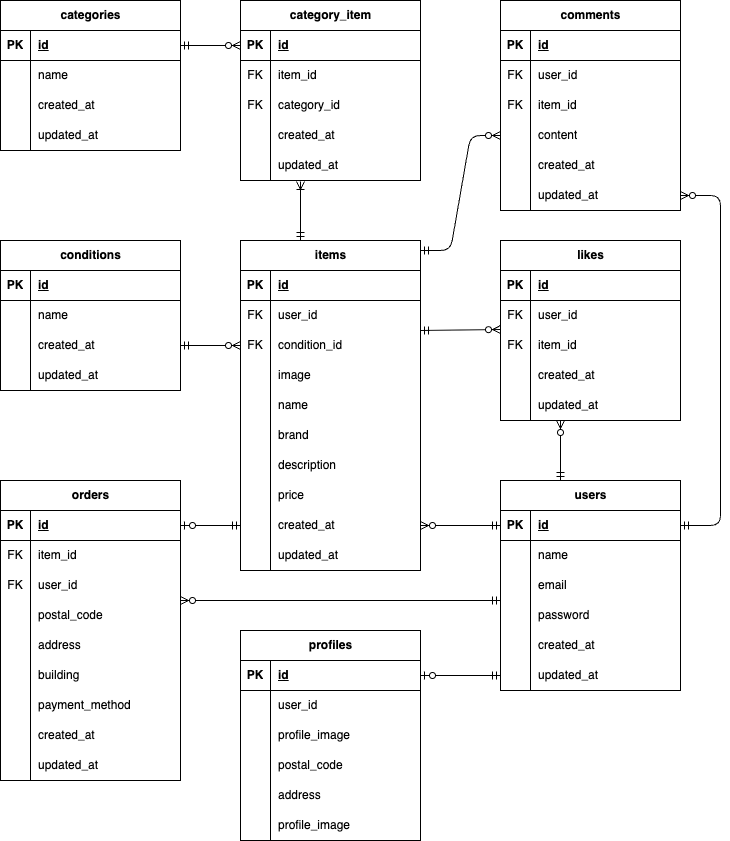
Earlier version of the draw.io export docs/er.drawio.png (YumiOotake/coachtech-flea-market-test). Source tidied: cells renumbered, new cells last; positions are measured from the earlier drawing's top-left corner, leaving out a move shared by most shapes.
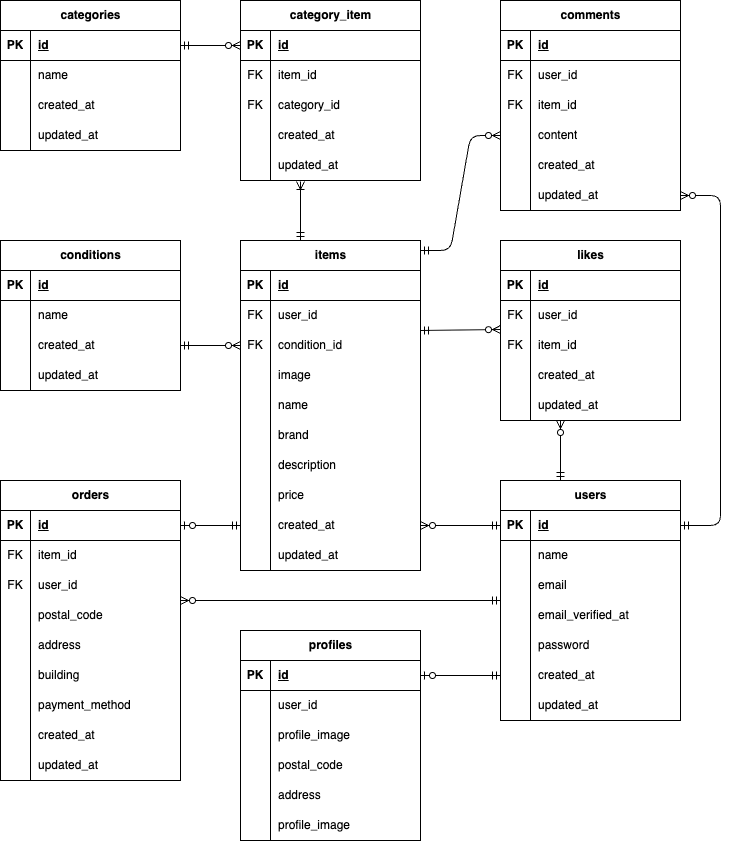
After the change.

The edit, as a diff of the source:
```diff
@@ -138,7 +138,7 @@
       <mxGeometry x="30" width="150" height="30" as="geometry" />
     </mxCell>
     <mxCell id="47" value="users" style="shape=table;startSize=30;rowLines=0;fontStyle=1;align=center;html=1;" parent="1" vertex="1">
-      <mxGeometry x="500" y="480" width="180" height="210" as="geometry" />
+      <mxGeometry x="500" y="480" width="180" height="240" as="geometry" />
     </mxCell>
     <mxCell id="48" style="shape=tableRow;horizontal=0;startSize=0;swimlaneHead=0;swimlaneBody=0;fillColor=none;points=[[0,0.5],[1,0.5]];portConstraint=eastwest;top=0;left=0;right=0;bottom=1;" parent="47" vertex="1">
       <mxGeometry y="30" width="180" height="30" as="geometry" />
@@ -167,8 +167,17 @@
     <mxCell id="56" value="email" style="shape=partialRectangle;fillColor=none;top=0;left=0;bottom=0;right=0;align=left;spacingLeft=6;overflow=hidden;whiteSpace=wrap;html=1;" parent="54" vertex="1">
       <mxGeometry x="30" width="150" height="30" as="geometry" />
     </mxCell>
+    <mxCell id="187" style="shape=tableRow;horizontal=0;startSize=0;swimlaneHead=0;swimlaneBody=0;fillColor=none;top=0;left=0;right=0;bottom=0;" parent="47" vertex="1">
+      <mxGeometry y="120" width="180" height="30" as="geometry" />
+    </mxCell>
+    <mxCell id="188" style="shape=partialRectangle;fillColor=none;top=0;left=0;bottom=0;right=0;overflow=hidden;whiteSpace=wrap;html=1;" parent="187" vertex="1">
+      <mxGeometry width="30" height="30" as="geometry" />
+    </mxCell>
+    <mxCell id="189" value="email_verified_at" style="shape=partialRectangle;fillColor=none;top=0;left=0;bottom=0;right=0;align=left;spacingLeft=6;overflow=hidden;whiteSpace=wrap;html=1;" parent="187" vertex="1">
+      <mxGeometry x="30" width="150" height="30" as="geometry" />
+    </mxCell>
     <mxCell id="57" style="shape=tableRow;horizontal=0;startSize=0;swimlaneHead=0;swimlaneBody=0;fillColor=none;top=0;left=0;right=0;bottom=0;" parent="47" vertex="1">
-      <mxGeometry y="120" width="180" height="30" as="geometry" />
+      <mxGeometry y="150" width="180" height="30" as="geometry" />
     </mxCell>
     <mxCell id="58" style="shape=partialRectangle;fillColor=none;top=0;left=0;bottom=0;right=0;overflow=hidden;whiteSpace=wrap;html=1;" parent="57" vertex="1">
       <mxGeometry width="30" height="30" as="geometry" />
@@ -177,7 +186,7 @@
       <mxGeometry x="30" width="150" height="30" as="geometry" />
     </mxCell>
     <mxCell id="60" style="shape=tableRow;horizontal=0;startSize=0;swimlaneHead=0;swimlaneBody=0;fillColor=none;points=[[0,0.5],[1,0.5]];portConstraint=eastwest;top=0;left=0;right=0;bottom=0;" parent="47" vertex="1">
-      <mxGeometry y="150" width="180" height="30" as="geometry" />
+      <mxGeometry y="180" width="180" height="30" as="geometry" />
     </mxCell>
     <mxCell id="61" style="shape=partialRectangle;fillColor=none;top=0;left=0;bottom=0;right=0;overflow=hidden;whiteSpace=wrap;html=1;" parent="60" vertex="1">
       <mxGeometry width="30" height="30" as="geometry" />
@@ -186,7 +195,7 @@
       <mxGeometry x="30" width="150" height="30" as="geometry" />
     </mxCell>
     <mxCell id="63" style="shape=tableRow;horizontal=0;startSize=0;swimlaneHead=0;swimlaneBody=0;fillColor=none;points=[[0,0.5],[1,0.5]];portConstraint=eastwest;top=0;left=0;right=0;bottom=0;" parent="47" vertex="1">
-      <mxGeometry y="180" width="180" height="30" as="geometry" />
+      <mxGeometry y="210" width="180" height="30" as="geometry" />
     </mxCell>
     <mxCell id="64" style="shape=partialRectangle;fillColor=none;top=0;left=0;bottom=0;right=0;overflow=hidden;whiteSpace=wrap;html=1;" parent="63" vertex="1">
       <mxGeometry width="30" height="30" as="geometry" />
@@ -572,7 +581,7 @@
     <mxCell id="185" value="&lt;span style=&quot;color: rgb(0, 0, 0);&quot;&gt;profile_image&lt;/span&gt;" style="shape=partialRectangle;fillColor=none;top=0;left=0;bottom=0;right=0;align=left;spacingLeft=6;overflow=hidden;whiteSpace=wrap;html=1;" parent="183" vertex="1">
       <mxGeometry x="30" width="150" height="30" as="geometry" />
     </mxCell>
-    <mxCell id="186" style="fontSize=12;html=1;endArrow=ERzeroToOne;startArrow=ERmandOne;exitX=0;exitY=0.5;exitDx=0;exitDy=0;entryX=1;entryY=0.5;entryDx=0;entryDy=0;" parent="1" edge="1" source="63" target="168">
+    <mxCell id="186" style="fontSize=12;html=1;endArrow=ERzeroToOne;startArrow=ERmandOne;exitX=0;exitY=0.5;exitDx=0;exitDy=0;entryX=1;entryY=0.5;entryDx=0;entryDy=0;" parent="1" edge="1" source="60" target="168">
       <mxGeometry relative="1" as="geometry" />
     </mxCell>
   </root>
```
